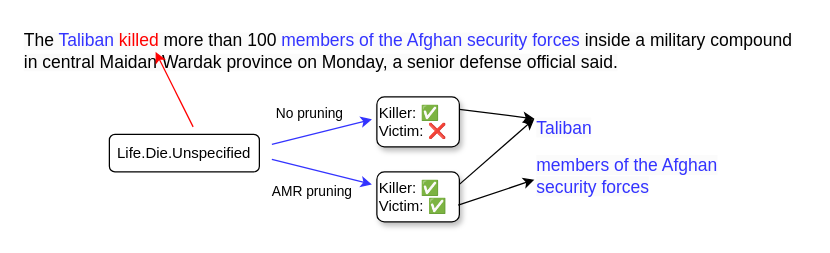
Above: case_study-中文版.drawio in crawlerWPS/drawing (draw.io), before the change. Source tidied: cells renumbered, new cells numbered last; positions are measured from the earlier drawing's top-left corner, leaving out a move shared by most shapes. Both pictures are drawn from the tidied source at 125%, with x=0, y=0 at pixel (21, 21).
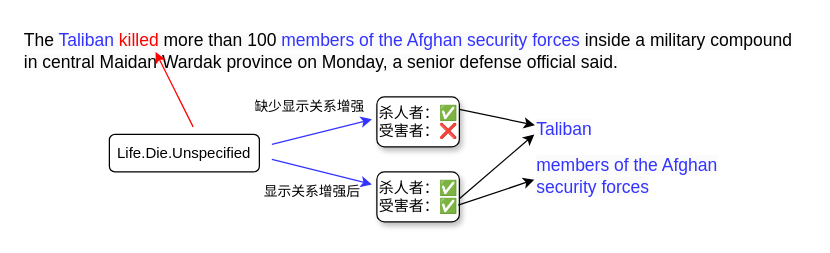
The same page after the edit.

Commit message:
更新case_study-中文版.drawio

Unchanged cells that the change refers to:
```xml
<mxCell id="5" style="endArrow=classic;html=1;rounded=0;strokeColor=#3333FF;" parent="1" edge="1">
  <mxGeometry relative="1" as="geometry">
    <mxPoint x="200" y="98" as="sourcePoint" />
    <mxPoint x="280" y="78" as="targetPoint" />
  </mxGeometry>
</mxCell>
<mxCell id="7" style="endArrow=classic;html=1;rounded=0;strokeColor=#3333FF;" parent="1" edge="1">
  <mxGeometry relative="1" as="geometry">
    <mxPoint x="200" y="110" as="sourcePoint" />
    <mxPoint x="280" y="130" as="targetPoint" />
  </mxGeometry>
</mxCell>
```

Diff of the diagram source:
```diff
@@
-    <mxCell id="6" value="No pruning" style="edgeLabel;html=1;align=center;verticalAlign=middle;" parent="5" vertex="1">
+    <mxCell id="6" value="缺少显示关系增强" style="edgeLabel;html=1;align=center;verticalAlign=middle;" parent="5" vertex="1">
       <mxGeometry x="-0.19" relative="1" as="geometry">
-        <mxPoint x="-3" y="-17" as="offset" />
+        <mxPoint x="-3" y="-22" as="offset" />
       </mxGeometry>
     </mxCell>
@@
-    <mxCell id="8" value="AMR pruning" style="edgeLabel;html=1;align=center;verticalAlign=middle;" parent="7" vertex="1">
+    <mxCell id="8" value="显示关系增强后" style="edgeLabel;html=1;align=center;verticalAlign=middle;" parent="7" vertex="1">
       <mxGeometry x="-0.58" relative="1" as="geometry">
         <mxPoint x="15" y="21" as="offset" />
       </mxGeometry>
     </mxCell>
-    <mxCell id="9" value="&lt;div style=&quot;&quot;&gt;&lt;span style=&quot;background-color: initial;&quot;&gt;Killer: &lt;font color=&quot;#3333ff&quot;&gt;✅&lt;/font&gt;&lt;/span&gt;&lt;/div&gt;&lt;div style=&quot;&quot;&gt;&lt;span style=&quot;background-color: initial;&quot;&gt;Victim: ❌&lt;/span&gt;&lt;/div&gt;" style="whiteSpace=wrap;html=1;align=left;rounded=1;shadow=1;" parent="1" vertex="1">
+    <mxCell id="9" value="&lt;div style=&quot;&quot;&gt;&lt;span style=&quot;background-color: initial;&quot;&gt;杀人者：&lt;font color=&quot;#3333ff&quot;&gt;✅&lt;/font&gt;&lt;/span&gt;&lt;/div&gt;&lt;div style=&quot;&quot;&gt;&lt;span style=&quot;background-color: initial;&quot;&gt;受害者：❌&lt;/span&gt;&lt;/div&gt;" style="whiteSpace=wrap;html=1;align=left;rounded=1;shadow=1;" parent="1" vertex="1">
       <mxGeometry x="284" y="60" width="66" height="40" as="geometry" />
     </mxCell>
-    <mxCell id="10" value="&lt;div style=&quot;&quot;&gt;&lt;span style=&quot;background-color: initial;&quot;&gt;Killer: &lt;font color=&quot;#3333ff&quot;&gt;✅&lt;/font&gt;&lt;/span&gt;&lt;/div&gt;&lt;div style=&quot;&quot;&gt;&lt;span style=&quot;background-color: initial;&quot;&gt;Victim: ✅&lt;/span&gt;&lt;/div&gt;" style="whiteSpace=wrap;html=1;align=left;rounded=1;glass=0;shadow=1;" parent="1" vertex="1">
+    <mxCell id="10" value="&lt;div style=&quot;&quot;&gt;&lt;span style=&quot;background-color: initial;&quot;&gt;杀人者：&lt;font color=&quot;#3333ff&quot;&gt;✅&lt;/font&gt;&lt;/span&gt;&lt;/div&gt;&lt;div style=&quot;&quot;&gt;&lt;span style=&quot;background-color: initial;&quot;&gt;受害者：✅&lt;/span&gt;&lt;/div&gt;" style="whiteSpace=wrap;html=1;align=left;rounded=1;glass=0;shadow=1;" parent="1" vertex="1">
       <mxGeometry x="284" y="120" width="66" height="40" as="geometry" />
     </mxCell>
     <mxCell id="11" value="&lt;span style=&quot;color: rgb(51, 51, 255); font-family: Helvetica; font-size: 14px; font-style: normal; font-variant-ligatures: normal; font-variant-caps: normal; font-weight: 400; letter-spacing: normal; orphans: 2; text-align: center; text-indent: 0px; text-transform: none; widows: 2; word-spacing: 0px; -webkit-text-stroke-width: 0px; background-color: rgb(251, 251, 251); text-decoration-thickness: initial; text-decoration-style: initial; text-decoration-color: initial; float: none; display: inline !important;&quot;&gt;Taliban&lt;/span&gt;" style="text;whiteSpace=wrap;html=1;strokeColor=none;" parent="1" vertex="1">
-      <mxGeometry x="410" y="70" width="80" height="30" as="geometry" />
+      <mxGeometry x="410" y="71" width="80" height="30" as="geometry" />
     </mxCell>
@@
-    <mxCell id="13" style="endArrow=classic;html=1;rounded=0;entryX=0;entryY=0.25;entryDx=0;entryDy=0;exitX=1;exitY=0.25;exitDx=0;exitDy=0;" parent="1" edge="1" source="9" target="11">
-      <mxGeometry relative="1" as="geometry" />
-    </mxCell>
@@
-    <mxCell id="15" style="endArrow=classic;html=1;rounded=0;entryX=0;entryY=0.25;entryDx=0;entryDy=0;exitX=1;exitY=0.25;exitDx=0;exitDy=0;" parent="1" edge="1" source="10" target="11">
-      <mxGeometry relative="1" as="geometry" />
+    <mxCell id="15" style="endArrow=classic;html=1;rounded=0;entryX=0;entryY=0.25;entryDx=0;entryDy=0;exitX=1;exitY=0.25;exitDx=0;exitDy=0;" parent="1" edge="1">
+      <mxGeometry relative="1" as="geometry">
+        <mxPoint x="350" y="141.5" as="sourcePoint" />
+        <mxPoint x="410" y="90" as="targetPoint" />
+      </mxGeometry>
     </mxCell>
+    <mxCell id="13" style="rounded=0;jettySize=auto;html=1;exitX=1;exitY=0.25;exitDx=0;exitDy=0;entryX=0.006;entryY=0.389;entryDx=0;entryDy=0;entryPerimeter=0;" parent="1" edge="1" source="9" target="11">
+      <mxGeometry relative="1" as="geometry" />
+    </mxCell>
```
